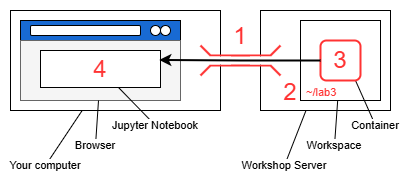
Before: img/lab3/compute_env.png, a diagram exported from draw.io (bioinformaticsdotca/AMB_2025). Source tidied: cells renumbered, new cells last; positions are measured from the earlier drawing's top-left corner, leaving out a move shared by most shapes.
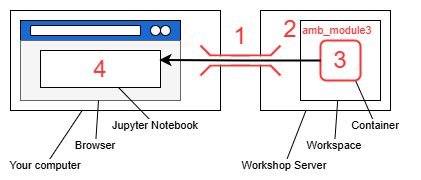
The same diagram one commit later.

Change to the diagram source:
```diff
@@ -59,7 +59,7 @@
       <mxGeometry x="220" y="16" width="40" height="40" as="geometry" />
     </mxCell>
     <mxCell id="16" value="2" style="text;html=1;align=center;verticalAlign=middle;whiteSpace=wrap;rounded=0;fontSize=24;fontColor=#FF3333;" parent="1" vertex="1">
-      <mxGeometry x="270" y="72" width="40" height="40" as="geometry" />
+      <mxGeometry x="270" y="8.5" width="40" height="40" as="geometry" />
     </mxCell>
     <mxCell id="17" style="edgeStyle=none;shape=connector;rounded=0;jettySize=auto;html=1;strokeColor=default;align=center;verticalAlign=middle;fontFamily=Helvetica;fontSize=11;fontColor=default;labelBackgroundColor=default;startFill=0;endArrow=none;endFill=1;" parent="1" edge="1" source="18" target="3">
       <mxGeometry relative="1" as="geometry" />
@@ -102,8 +102,8 @@
     <mxCell id="29" style="rounded=1;whiteSpace=wrap;html=1;fontFamily=Helvetica;fontSize=11;fontColor=default;labelBackgroundColor=default;strokeColor=#FF3333;strokeWidth=2;" parent="1" vertex="1">
       <mxGeometry x="320" y="40" width="40" height="40" as="geometry" />
     </mxCell>
-    <mxCell id="30" value="~/lab3" style="rounded=0;whiteSpace=wrap;html=1;fontFamily=Helvetica;fontSize=11;fontColor=#FF3333;labelBackgroundColor=none;fillColor=none;strokeColor=none;align=left;" parent="1" vertex="1">
-      <mxGeometry x="304" y="87" width="60" height="10" as="geometry" />
+    <mxCell id="30" value="amb_module3" style="rounded=0;whiteSpace=wrap;html=1;fontFamily=Helvetica;fontSize=11;fontColor=#FF3333;labelBackgroundColor=none;fillColor=none;strokeColor=none;align=left;" parent="1" vertex="1">
+      <mxGeometry x="300" y="25" width="60" height="10" as="geometry" />
     </mxCell>
     <mxCell id="31" style="edgeStyle=orthogonalEdgeStyle;rounded=0;jettySize=auto;html=1;entryX=0.99;entryY=0.257;entryDx=0;entryDy=0;exitX=0;exitY=0.5;exitDx=0;exitDy=0;strokeWidth=2;entryPerimeter=0;" parent="1" edge="1" source="34" target="14">
       <mxGeometry relative="1" as="geometry" />
```
